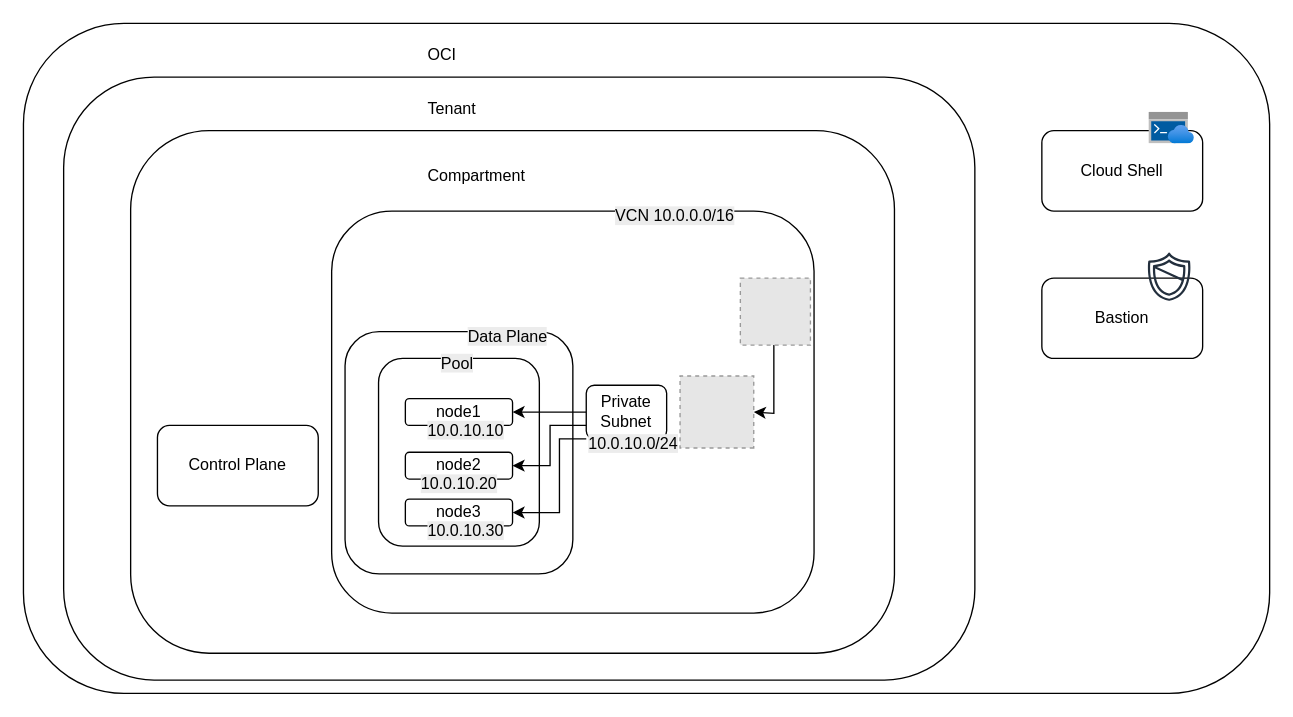
Before: OCI-DNS-LB-OKE-Pod-Logs.drawio in vkolyvas/Cheat-Sheet-for-Solutions-Architects-OCI-1Z0-1072-25, a draw.io diagram. Source tidied: cells renumbered, new cells numbered last; positions are measured from the earlier drawing's top-left corner, leaving out a move shared by most shapes. Both pictures are drawn from the tidied source at 134%, with x=0, y=0 at pixel (23, 23). Pictures stored in the file or linked from it are replaced by grey dashed boxes.
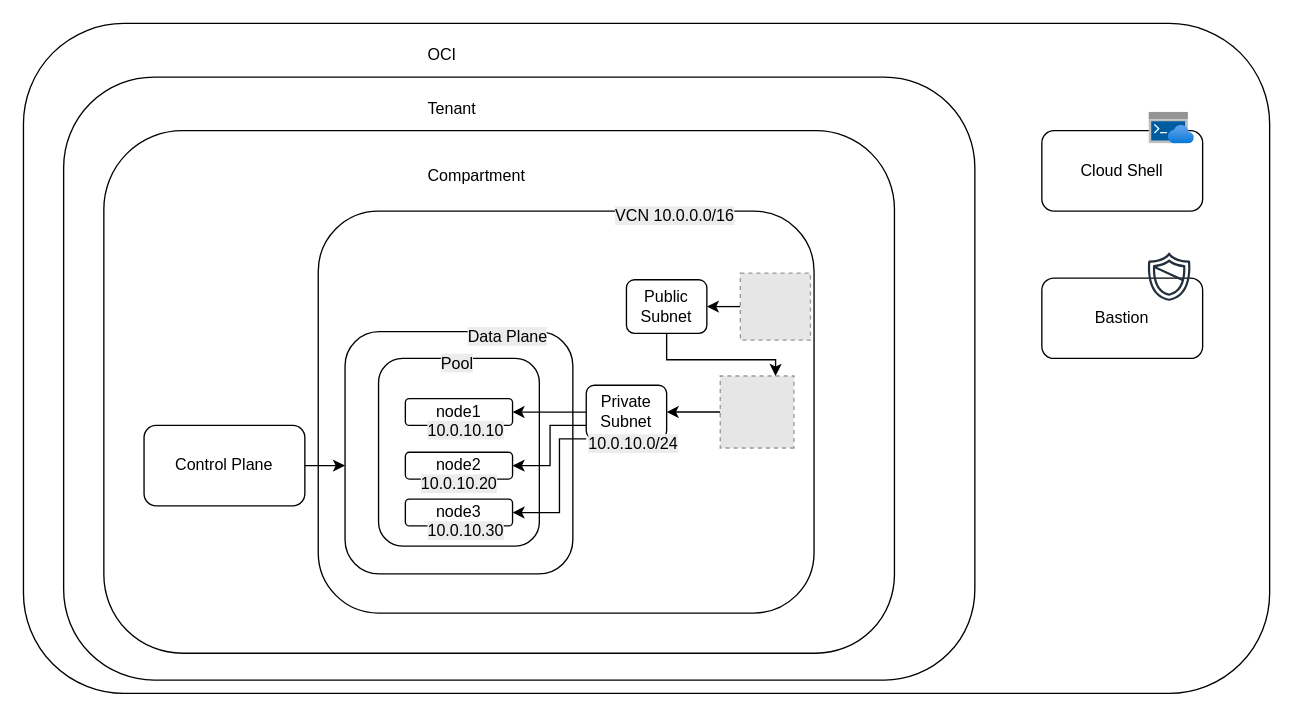
Above is the later version.

Unchanged cells that the change refers to:
```xml
<mxCell id="15" style="rounded=1;whiteSpace=wrap;html=1;" parent="14" vertex="1">
  <mxGeometry y="10" width="170" height="180.8" as="geometry" />
</mxCell>
```

The edit, as a diff of the source:
```diff
@@
     <mxCell id="4" style="rounded=1;whiteSpace=wrap;html=1;" parent="1" vertex="1">
-      <mxGeometry x="80" y="80" width="570" height="390" as="geometry" />
+      <mxGeometry x="60" y="80" width="590" height="390" as="geometry" />
     </mxCell>
     <mxCell id="5" style="rounded=1;whiteSpace=wrap;html=1;" parent="1" vertex="1">
-      <mxGeometry x="230" y="140" width="360" height="300" as="geometry" />
+      <mxGeometry x="220" y="140" width="370" height="300" as="geometry" />
     </mxCell>
-    <mxCell id="6" style="edgeStyle=orthogonalEdgeStyle;rounded=0;jettySize=auto;html=1;entryX=0;entryY=0.5;entryDx=0;entryDy=0;" parent="1" edge="1" source="7" target="25">
-      <mxGeometry relative="1" as="geometry">
-        <Array as="points">
-          <mxPoint x="560" y="291" />
-        </Array>
-      </mxGeometry>
-    </mxCell>
+    <mxCell id="34" style="edgeStyle=orthogonalEdgeStyle;rounded=0;jettySize=auto;html=1;exitX=0;exitY=0.5;exitDx=0;exitDy=0;entryX=1;entryY=0.5;entryDx=0;entryDy=0;" parent="1" edge="1" source="7" target="39">
+      <mxGeometry relative="1" as="geometry" />
+    </mxCell>
     <mxCell id="7" style="fillColor=#E6E6E6;strokeColor=#999999;dashed=1;verticalLabelPosition=bottom;labelBackgroundColor=default;verticalAlign=top;" parent="1" vertex="1">
-      <mxGeometry x="535" y="190" width="52.3" height="50" as="geometry" />
+      <mxGeometry x="535" y="186.3" width="52.3" height="50" as="geometry" />
     </mxCell>
@@
+    <mxCell id="35" style="edgeStyle=orthogonalEdgeStyle;rounded=0;jettySize=auto;html=1;exitX=1;exitY=0.5;exitDx=0;exitDy=0;" parent="1" edge="1" source="25" target="29">
+      <mxGeometry relative="1" as="geometry" />
+    </mxCell>
     <mxCell id="25" style="fillColor=#E6E6E6;strokeColor=#999999;dashed=1;verticalLabelPosition=bottom;labelBackgroundColor=default;verticalAlign=top;rotation=-180;" parent="1" vertex="1">
-      <mxGeometry x="490" y="263.1" width="55" height="53.7" as="geometry" />
+      <mxGeometry x="520" y="263.1" width="55" height="53.7" as="geometry" />
     </mxCell>
@@
-    <mxCell id="29" value="Private Subnet" style="rounded=1;whiteSpace=wrap;html=1;" parent="1" vertex="1">
-      <mxGeometry x="420" y="270" width="60" height="40" as="geometry" />
-    </mxCell>
@@
+    <mxCell id="33" value="Control Plane" style="rounded=1;whiteSpace=wrap;html=1;" parent="1" vertex="1">
+      <mxGeometry x="90" y="300" width="120" height="60" as="geometry" />
+    </mxCell>
+    <mxCell id="36" style="edgeStyle=orthogonalEdgeStyle;rounded=0;jettySize=auto;html=1;exitX=1;exitY=0.5;exitDx=0;exitDy=0;entryX=0;entryY=0.553;entryDx=0;entryDy=0;entryPerimeter=0;" parent="1" edge="1" source="33" target="15">
+      <mxGeometry relative="1" as="geometry" />
+    </mxCell>
+    <mxCell id="37" style="group;" parent="1" vertex="1">
+      <mxGeometry x="420" y="270" width="90" height="70" as="geometry" />
+    </mxCell>
+    <mxCell id="29" value="Private Subnet" style="rounded=1;whiteSpace=wrap;html=1;" parent="37" vertex="1">
+      <mxGeometry width="60" height="40" as="geometry" />
+    </mxCell>
-    <mxCell id="32" value="&lt;span style=&quot;color: rgb(0, 0, 0); font-family: Helvetica; font-size: 12px; font-style: normal; font-variant-ligatures: normal; font-variant-caps: normal; font-weight: 400; letter-spacing: normal; orphans: 2; text-align: center; text-indent: 0px; text-transform: none; widows: 2; word-spacing: 0px; -webkit-text-stroke-width: 0px; white-space: normal; background-color: rgb(236, 236, 236); text-decoration-thickness: initial; text-decoration-style: initial; text-decoration-color: initial; float: none; display: inline !important;&quot;&gt;10.0.10.0/24&lt;/span&gt;" style="text;whiteSpace=wrap;html=1;" parent="1" vertex="1">
-      <mxGeometry x="420" y="300" width="90" height="40" as="geometry" />
+    <mxCell id="32" value="&lt;span style=&quot;color: rgb(0, 0, 0); font-family: Helvetica; font-size: 12px; font-style: normal; font-variant-ligatures: normal; font-variant-caps: normal; font-weight: 400; letter-spacing: normal; orphans: 2; text-align: center; text-indent: 0px; text-transform: none; widows: 2; word-spacing: 0px; -webkit-text-stroke-width: 0px; white-space: normal; background-color: rgb(236, 236, 236); text-decoration-thickness: initial; text-decoration-style: initial; text-decoration-color: initial; float: none; display: inline !important;&quot;&gt;10.0.10.0/24&lt;/span&gt;" style="text;whiteSpace=wrap;html=1;" parent="37" vertex="1">
+      <mxGeometry y="30" width="90" height="40" as="geometry" />
     </mxCell>
-    <mxCell id="33" value="Control Plane" style="rounded=1;whiteSpace=wrap;html=1;" parent="1" vertex="1">
-      <mxGeometry x="100" y="300" width="120" height="60" as="geometry" />
-    </mxCell>
+    <mxCell id="38" style="edgeStyle=orthogonalEdgeStyle;rounded=0;jettySize=auto;html=1;exitX=0.5;exitY=1;exitDx=0;exitDy=0;entryX=0.25;entryY=1;entryDx=0;entryDy=0;" parent="1" edge="1" source="39" target="25">
+      <mxGeometry relative="1" as="geometry">
+        <Array as="points">
+          <mxPoint x="480" y="251" />
+          <mxPoint x="561" y="251" />
+        </Array>
+      </mxGeometry>
+    </mxCell>
+    <mxCell id="39" value="Public Subnet" style="rounded=1;whiteSpace=wrap;html=1;" parent="1" vertex="1">
+      <mxGeometry x="450" y="191.3" width="60" height="40" as="geometry" />
+    </mxCell>
```
